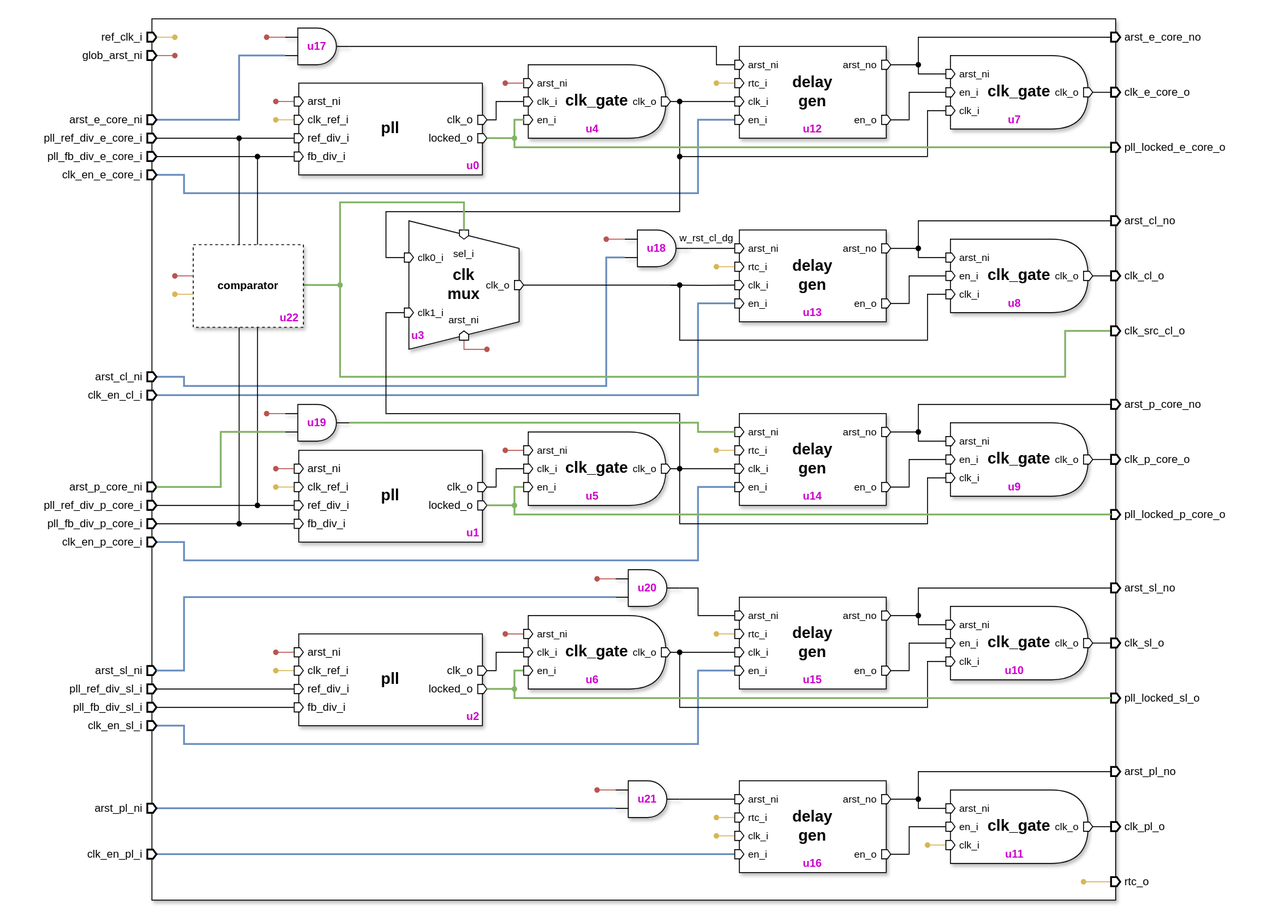
Before: document/svg/modules/clk_rst_gen.svg, a diagram exported from draw.io (TecknozBD/Hyper-Titan). Source tidied: cells renumbered, new cells last; positions are measured from the earlier drawing's top-left corner, leaving out a move shared by most shapes.
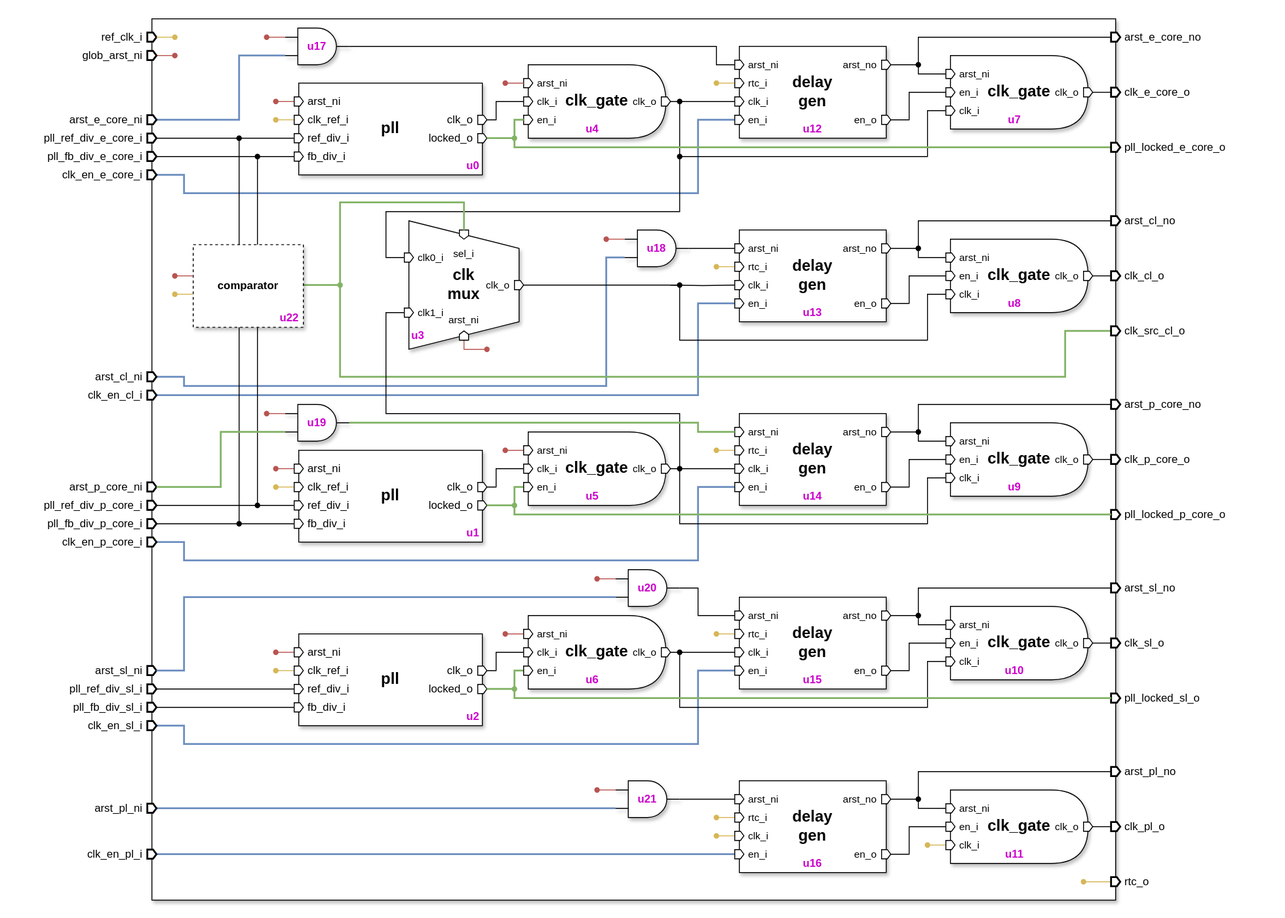
Later version of the same file.

Commit message:
Refactor clk_rst_gen.sv for improved readability and consistency

- Standardized comments and formatting throughout the clk_rst_gen.sv file.
- Renamed PLL input signals for clarity (e.g., refdiv_i to ref_div_i).
- Ensured consistent indentation and spacing in the code.
- Updated the submodule reference in the SoC to the latest commit.

The edit, as a diff of the source:
```diff
@@ -9,7 +9,7 @@
       <mxGeometry x="165" y="20" width="1050" height="960" as="geometry" />
     </mxCell>
     <mxCell id="4" value="Main" parent="0" />
-    <mxCell id="5" value="&lt;span style=&quot;color: rgb(0, 0, 0);&quot;&gt;&amp;nbsp;w_rst_cl_dg&amp;nbsp;&lt;/span&gt;" style="edgeStyle=orthogonalEdgeStyle;shape=connector;curved=0;rounded=0;html=1;entryX=0.5;entryY=0;entryDx=0;entryDy=0;strokeColor=default;align=center;verticalAlign=middle;fontFamily=Helvetica;fontSize=11;fontColor=default;labelBackgroundColor=default;endArrow=none;endFill=0;" parent="4" edge="1" source="274" target="118">
+    <mxCell id="5" style="edgeStyle=orthogonalEdgeStyle;shape=connector;curved=0;rounded=0;html=1;entryX=0.5;entryY=0;entryDx=0;entryDy=0;strokeColor=default;align=center;verticalAlign=middle;fontFamily=Helvetica;fontSize=11;fontColor=default;labelBackgroundColor=default;endArrow=none;endFill=0;" parent="4" edge="1" source="274" target="118">
       <mxGeometry x="-0.24" y="11" relative="1" as="geometry" />
     </mxCell>
     <mxCell id="6" style="shape=connector;rounded=0;html=1;entryX=0.5;entryY=0;entryDx=0;entryDy=0;strokeWidth=1;align=center;verticalAlign=middle;fontFamily=Helvetica;fontSize=11;fontColor=default;labelBackgroundColor=default;endArrow=none;endFill=0;" parent="4" edge="1" source="261" target="307">
```
